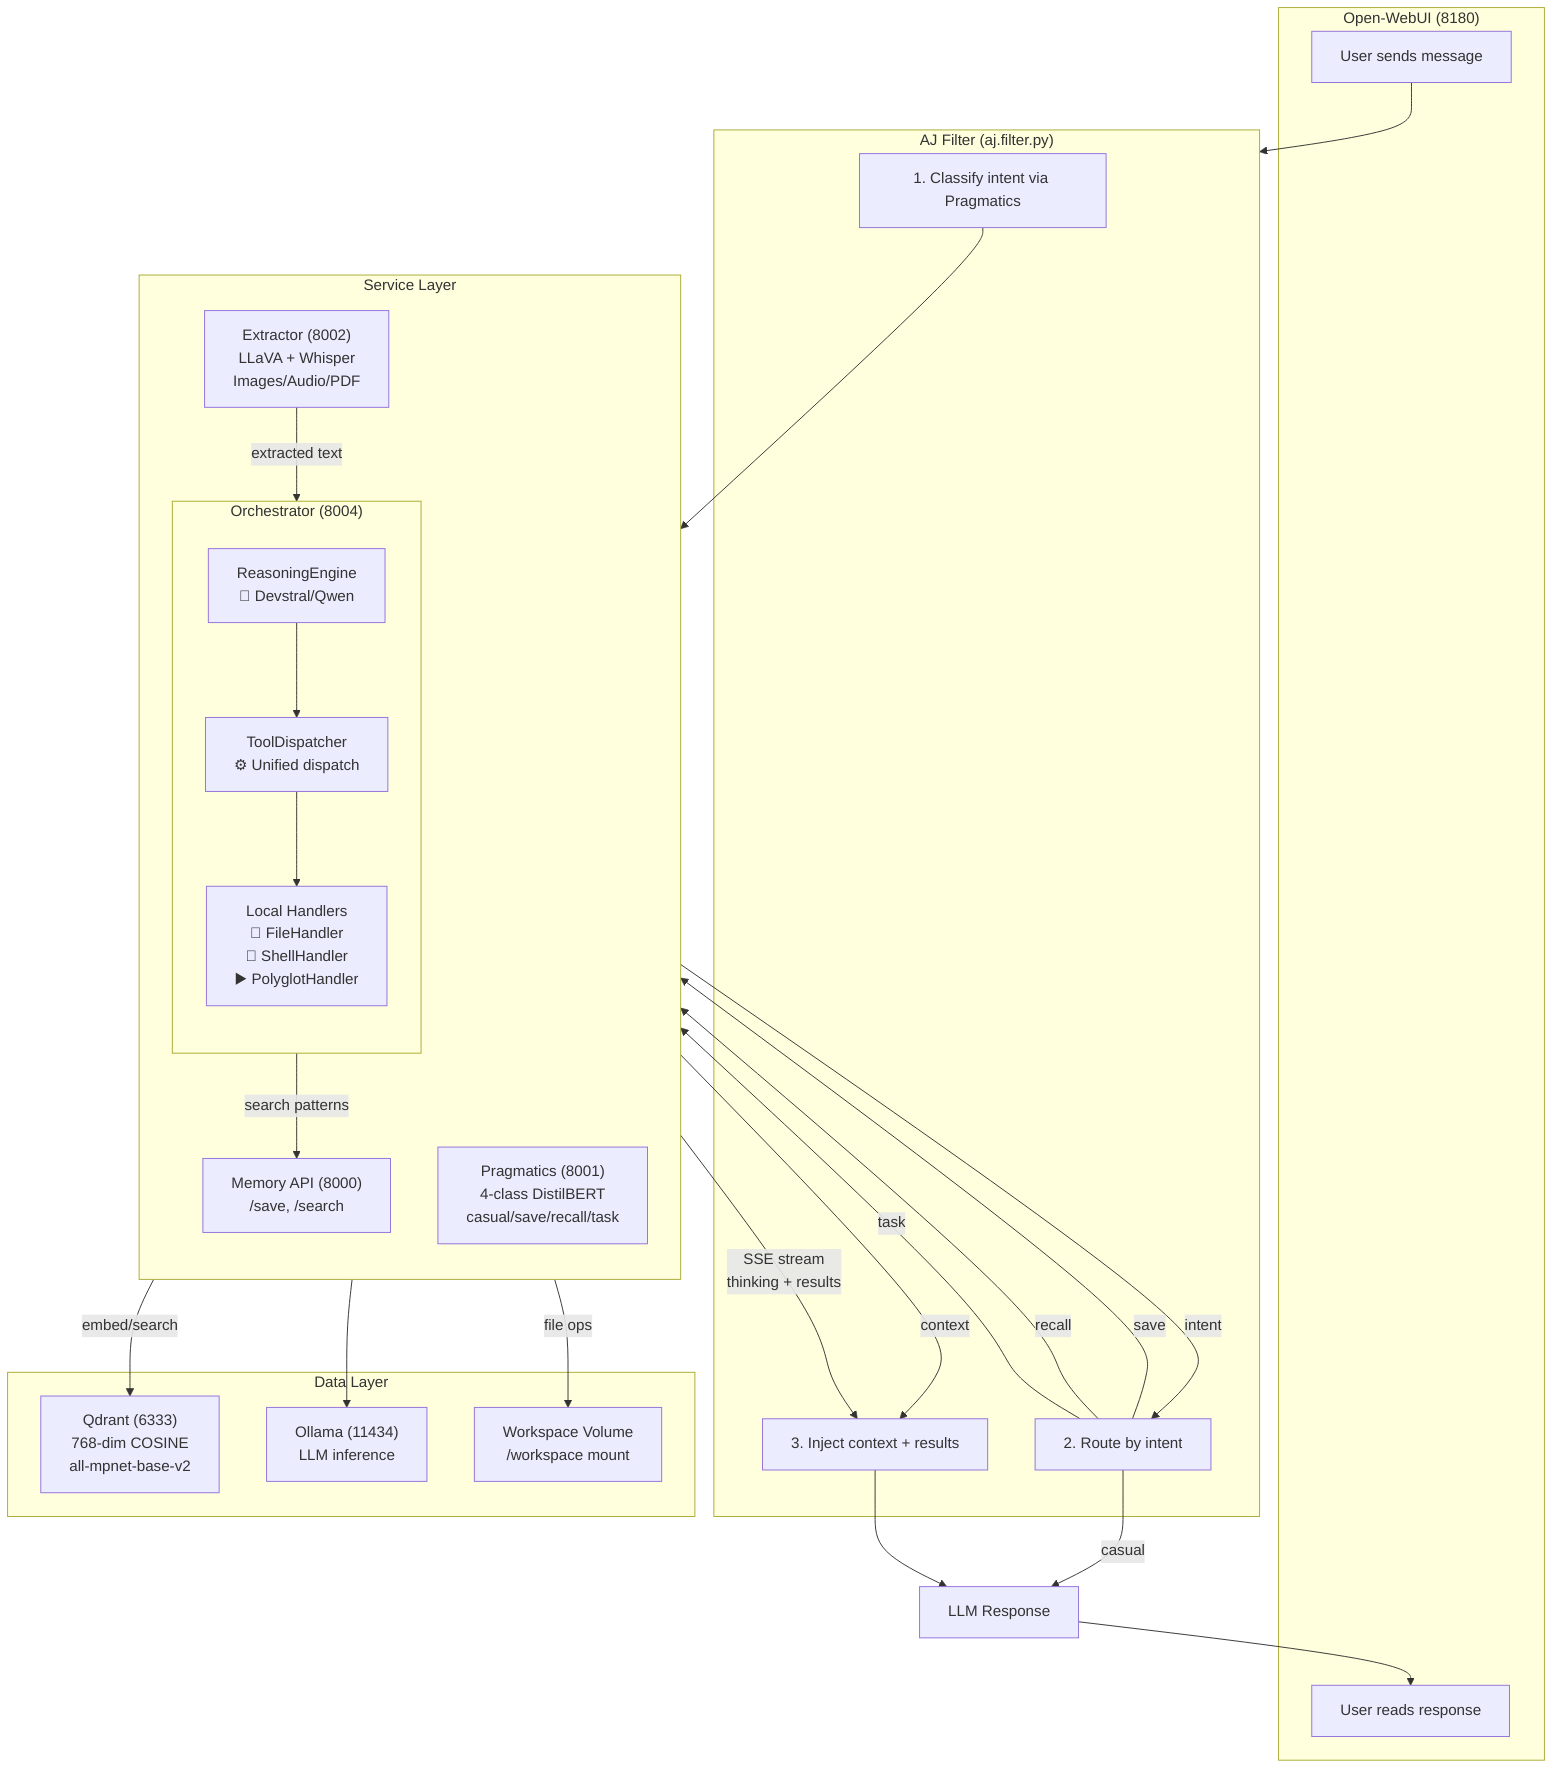
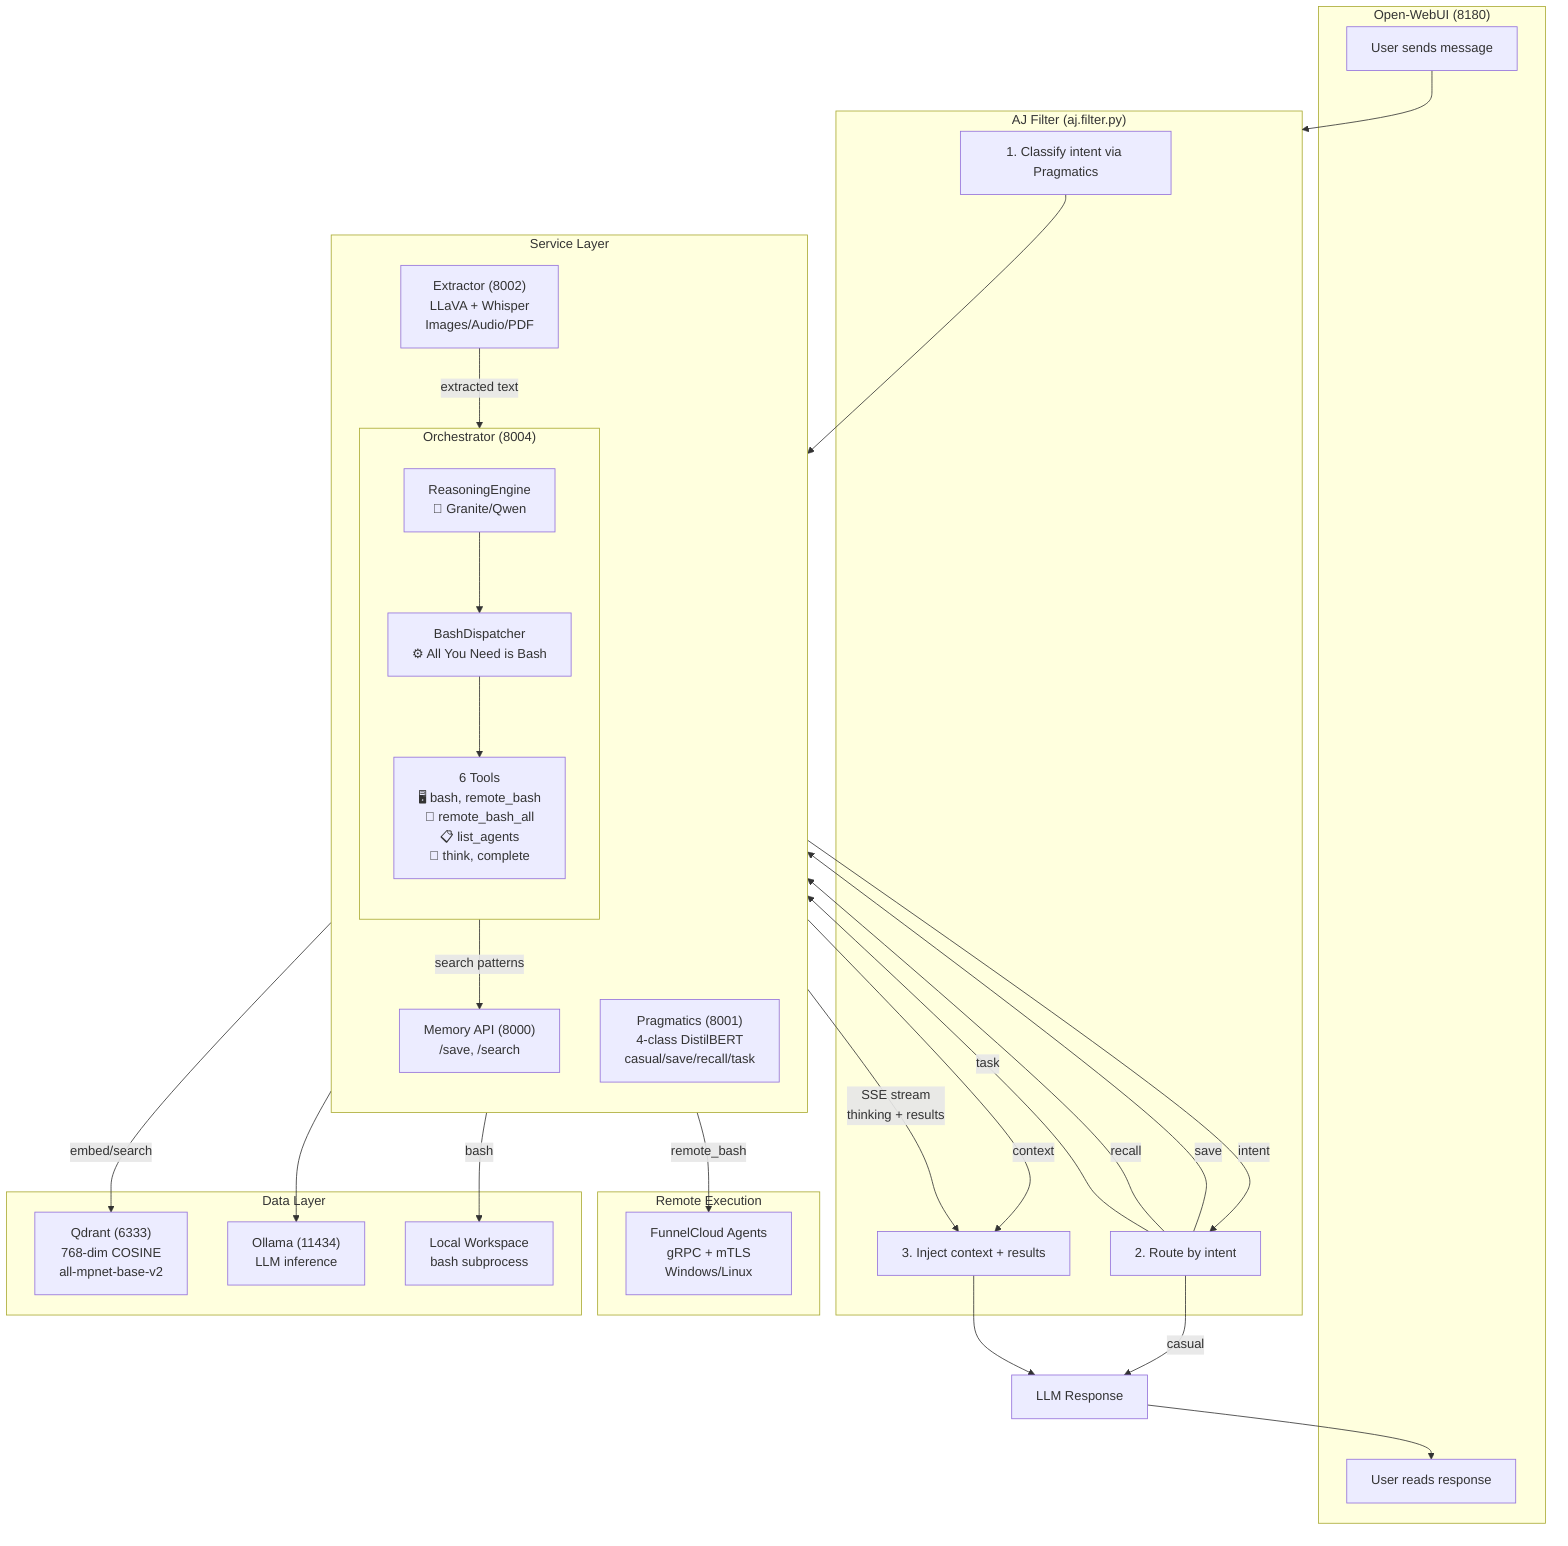
```mermaid
flowchart TB
    subgraph User["Open-WebUI (8180)"]
        UserInput["User sends message"]
        UserReads["User reads response"]
    end

    subgraph Filter["AJ Filter (aj.filter.py)"]
        F1["1. Classify intent via Pragmatics"]
        F2["2. Route by intent"]
        F3["3. Inject context + results"]
    end

    subgraph Services["Service Layer"]
        direction TB
        Pragmatics["Pragmatics (8001)<br/>4-class DistilBERT<br/>casual/save/recall/task"]
        Memory["Memory API (8000)<br/>/save, /search"]

        subgraph OrchestratorBox["Orchestrator (8004)"]
            direction TB
-             Reasoning["ReasoningEngine<br/>🧠 Devstral/Qwen"]
-             ToolDispatcher["ToolDispatcher<br/>⚙️ Unified dispatch"]
-             Handlers["Local Handlers<br/>📂 FileHandler<br/>🔧 ShellHandler<br/>▶️ PolyglotHandler"]
+             Reasoning["ReasoningEngine<br/>🧠 Granite/Qwen"]
+             BashDispatch["BashDispatcher<br/>⚙️ All You Need is Bash"]
+             Tools["6 Tools<br/>🖥️ bash, remote_bash<br/>🔄 remote_bash_all<br/>📋 list_agents<br/>💭 think, complete"]

-             Reasoning --> ToolDispatcher
-             ToolDispatcher --> Handlers
+             Reasoning --> BashDispatch
+             BashDispatch --> Tools
        end

        Extractor["Extractor (8002)<br/>LLaVA + Whisper<br/>Images/Audio/PDF"]
    end

+     subgraph Remote["Remote Execution"]
+         FunnelCloud["FunnelCloud Agents<br/>gRPC + mTLS<br/>Windows/Linux"]
+     end
+ 
    subgraph Storage["Data Layer"]
        Qdrant["Qdrant (6333)<br/>768-dim COSINE<br/>all-mpnet-base-v2"]
        Ollama["Ollama (11434)<br/>LLM inference"]
-         Workspace["Workspace Volume<br/>/workspace mount"]
+         Workspace["Local Workspace<br/>bash subprocess"]
    end

    LLM["LLM Response"]

    %% User to Filter
    UserInput --> Filter

    %% Filter routes to services
    F1 --> Pragmatics
    Pragmatics -->|"intent"| F2

    %% Intent routing
    F2 -->|"casual"| LLM
    F2 -->|"save"| Memory
    F2 -->|"recall"| Memory
    F2 -->|"task"| OrchestratorBox

    %% Orchestrator flow
    Reasoning --> Ollama
-     Handlers -->|"file ops"| Workspace
+     Tools -->|"bash"| Workspace
+     Tools -->|"remote_bash"| FunnelCloud
    OrchestratorBox -->|"search patterns"| Memory

    %% Memory to Qdrant
    Memory -->|"embed/search"| Qdrant

    %% Results back to filter
    Memory -->|"context"| F3
    OrchestratorBox -->|"SSE stream<br/>thinking + results"| F3
    Extractor -->|"extracted text"| OrchestratorBox
    F3 --> LLM
    LLM --> UserReads
- ```+ ```
